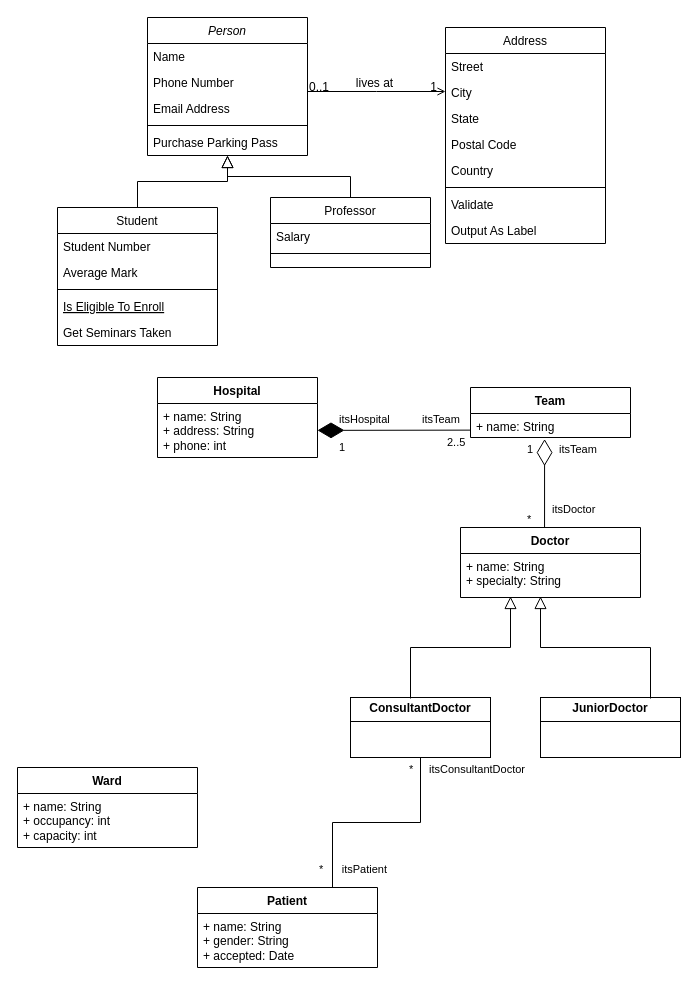
This is Untitled Diagram.drawio from avipars/UML_Stuff, a draw.io file, before an edit. Source tidied: cells renumbered, new cells numbered last; positions are measured from the earlier drawing's top-left corner, leaving out a move shared by most shapes. Both pictures are drawn from the tidied source at 100%, with x=0, y=0 at pixel (17, 17).
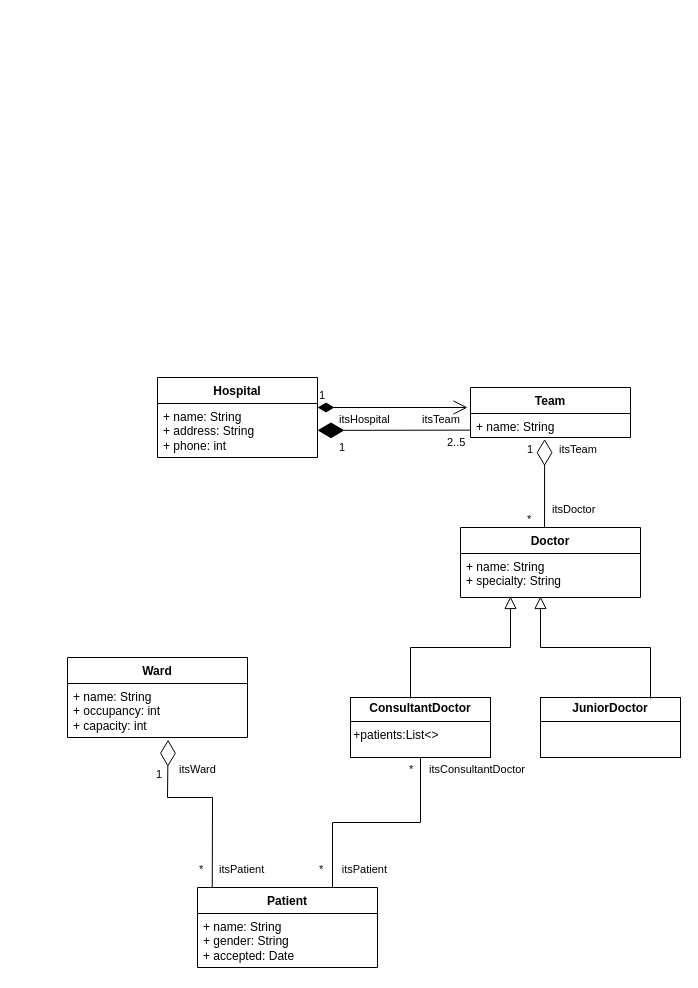
The same page after the edit.

The change refers to these unchanged cells:
```xml
<mxCell id="35" value="+ name: String&lt;div&gt;+ occupancy: int&lt;/div&gt;&lt;div&gt;&lt;div&gt;+ capacity: int&lt;/div&gt;&lt;div&gt;&lt;br&gt;&lt;/div&gt;&lt;div&gt;&lt;br&gt;&lt;/div&gt;&lt;/div&gt;" style="text;strokeColor=none;fillColor=none;align=left;verticalAlign=top;spacingLeft=4;spacingRight=4;overflow=hidden;points=[[0,0.5],[1,0.5]];portConstraint=eastwest;whiteSpace=wrap;html=1;" parent="34" vertex="1">
  <mxGeometry y="26" width="180" height="54" as="geometry" />
</mxCell>
<mxCell id="36" value="Patient" style="swimlane;fontStyle=1;align=center;verticalAlign=top;horizontal=1;startSize=26;whiteSpace=wrap;html=1;" parent="1" vertex="1">
  <mxGeometry x="180" y="870" width="180" height="80" as="geometry" />
</mxCell>
```

The edit, as a diff of the source:
```diff
@@
-    <mxCell id="2" value="Person" style="swimlane;fontStyle=2;align=center;verticalAlign=top;horizontal=1;startSize=26;rounded=0;shadow=0;strokeWidth=1;" parent="1" vertex="1">
-      <mxGeometry x="130" width="160" height="138" as="geometry" />
-    </mxCell>
-    <mxCell id="3" value="Name" style="text;align=left;verticalAlign=top;spacingLeft=4;spacingRight=4;overflow=hidden;" parent="2" vertex="1">
-      <mxGeometry y="26" width="160" height="26" as="geometry" />
-    </mxCell>
-    <mxCell id="4" value="Phone Number" style="text;align=left;verticalAlign=top;spacingLeft=4;spacingRight=4;overflow=hidden;rounded=0;shadow=0;html=0;" parent="2" vertex="1">
-      <mxGeometry y="52" width="160" height="26" as="geometry" />
-    </mxCell>
-    <mxCell id="5" value="Email Address" style="text;align=left;verticalAlign=top;spacingLeft=4;spacingRight=4;overflow=hidden;rounded=0;shadow=0;html=0;" parent="2" vertex="1">
-      <mxGeometry y="78" width="160" height="26" as="geometry" />
-    </mxCell>
-    <mxCell id="6" style="line;html=1;strokeWidth=1;align=left;verticalAlign=middle;spacingTop=-1;spacingLeft=3;spacingRight=3;labelPosition=right;" parent="2" vertex="1">
-      <mxGeometry y="104" width="160" height="8" as="geometry" />
-    </mxCell>
-    <mxCell id="7" value="Purchase Parking Pass" style="text;align=left;verticalAlign=top;spacingLeft=4;spacingRight=4;overflow=hidden;" parent="2" vertex="1">
-      <mxGeometry y="112" width="160" height="26" as="geometry" />
-    </mxCell>
-    <mxCell id="8" value="Student" style="swimlane;fontStyle=0;align=center;verticalAlign=top;horizontal=1;startSize=26;rounded=0;shadow=0;strokeWidth=1;" parent="1" vertex="1">
-      <mxGeometry x="40" y="190" width="160" height="138" as="geometry" />
-    </mxCell>
-    <mxCell id="9" value="Student Number" style="text;align=left;verticalAlign=top;spacingLeft=4;spacingRight=4;overflow=hidden;" parent="8" vertex="1">
-      <mxGeometry y="26" width="160" height="26" as="geometry" />
-    </mxCell>
-    <mxCell id="10" value="Average Mark" style="text;align=left;verticalAlign=top;spacingLeft=4;spacingRight=4;overflow=hidden;rounded=0;shadow=0;html=0;" parent="8" vertex="1">
-      <mxGeometry y="52" width="160" height="26" as="geometry" />
-    </mxCell>
-    <mxCell id="11" style="line;html=1;strokeWidth=1;align=left;verticalAlign=middle;spacingTop=-1;spacingLeft=3;spacingRight=3;labelPosition=right;" parent="8" vertex="1">
-      <mxGeometry y="78" width="160" height="8" as="geometry" />
-    </mxCell>
-    <mxCell id="12" value="Is Eligible To Enroll" style="text;align=left;verticalAlign=top;spacingLeft=4;spacingRight=4;overflow=hidden;fontStyle=4;" parent="8" vertex="1">
-      <mxGeometry y="86" width="160" height="26" as="geometry" />
-    </mxCell>
-    <mxCell id="13" value="Get Seminars Taken" style="text;align=left;verticalAlign=top;spacingLeft=4;spacingRight=4;overflow=hidden;" parent="8" vertex="1">
-      <mxGeometry y="112" width="160" height="26" as="geometry" />
-    </mxCell>
-    <mxCell id="14" style="endArrow=block;endSize=10;endFill=0;shadow=0;strokeWidth=1;rounded=0;curved=0;edgeStyle=elbowEdgeStyle;elbow=vertical;" parent="1" edge="1" source="8" target="2">
-      <mxGeometry relative="1" as="geometry" />
-    </mxCell>
-    <mxCell id="15" value="Professor" style="swimlane;fontStyle=0;align=center;verticalAlign=top;horizontal=1;startSize=26;rounded=0;shadow=0;strokeWidth=1;" parent="1" vertex="1">
-      <mxGeometry x="253" y="180" width="160" height="70" as="geometry" />
-    </mxCell>
-    <mxCell id="16" value="Salary" style="text;align=left;verticalAlign=top;spacingLeft=4;spacingRight=4;overflow=hidden;" parent="15" vertex="1">
-      <mxGeometry y="26" width="160" height="26" as="geometry" />
-    </mxCell>
-    <mxCell id="17" style="line;html=1;strokeWidth=1;align=left;verticalAlign=middle;spacingTop=-1;spacingLeft=3;spacingRight=3;labelPosition=right;" parent="15" vertex="1">
-      <mxGeometry y="52" width="160" height="8" as="geometry" />
-    </mxCell>
-    <mxCell id="18" style="endArrow=block;endSize=10;endFill=0;shadow=0;strokeWidth=1;rounded=0;curved=0;edgeStyle=elbowEdgeStyle;elbow=vertical;" parent="1" edge="1" source="15" target="2">
-      <mxGeometry relative="1" as="geometry" />
-    </mxCell>
-    <mxCell id="19" value="Address" style="swimlane;fontStyle=0;align=center;verticalAlign=top;horizontal=1;startSize=26;rounded=0;shadow=0;strokeWidth=1;" parent="1" vertex="1">
-      <mxGeometry x="428" y="10" width="160" height="216" as="geometry" />
-    </mxCell>
-    <mxCell id="20" value="Street" style="text;align=left;verticalAlign=top;spacingLeft=4;spacingRight=4;overflow=hidden;" parent="19" vertex="1">
-      <mxGeometry y="26" width="160" height="26" as="geometry" />
-    </mxCell>
-    <mxCell id="21" value="City" style="text;align=left;verticalAlign=top;spacingLeft=4;spacingRight=4;overflow=hidden;rounded=0;shadow=0;html=0;" parent="19" vertex="1">
-      <mxGeometry y="52" width="160" height="26" as="geometry" />
-    </mxCell>
-    <mxCell id="22" value="State" style="text;align=left;verticalAlign=top;spacingLeft=4;spacingRight=4;overflow=hidden;rounded=0;shadow=0;html=0;" parent="19" vertex="1">
-      <mxGeometry y="78" width="160" height="26" as="geometry" />
-    </mxCell>
-    <mxCell id="23" value="Postal Code" style="text;align=left;verticalAlign=top;spacingLeft=4;spacingRight=4;overflow=hidden;rounded=0;shadow=0;html=0;" parent="19" vertex="1">
-      <mxGeometry y="104" width="160" height="26" as="geometry" />
-    </mxCell>
-    <mxCell id="24" value="Country" style="text;align=left;verticalAlign=top;spacingLeft=4;spacingRight=4;overflow=hidden;rounded=0;shadow=0;html=0;" parent="19" vertex="1">
-      <mxGeometry y="130" width="160" height="26" as="geometry" />
-    </mxCell>
-    <mxCell id="25" style="line;html=1;strokeWidth=1;align=left;verticalAlign=middle;spacingTop=-1;spacingLeft=3;spacingRight=3;labelPosition=right;" parent="19" vertex="1">
-      <mxGeometry y="156" width="160" height="8" as="geometry" />
-    </mxCell>
-    <mxCell id="26" value="Validate" style="text;align=left;verticalAlign=top;spacingLeft=4;spacingRight=4;overflow=hidden;" parent="19" vertex="1">
-      <mxGeometry y="164" width="160" height="26" as="geometry" />
-    </mxCell>
-    <mxCell id="27" value="Output As Label" style="text;align=left;verticalAlign=top;spacingLeft=4;spacingRight=4;overflow=hidden;" parent="19" vertex="1">
-      <mxGeometry y="190" width="160" height="26" as="geometry" />
-    </mxCell>
-    <mxCell id="28" style="endArrow=open;shadow=0;strokeWidth=1;rounded=0;curved=0;endFill=1;edgeStyle=elbowEdgeStyle;elbow=vertical;" parent="1" edge="1" source="2" target="19">
-      <mxGeometry x="0.5" y="41" relative="1" as="geometry">
-        <mxPoint x="-40" y="32" as="offset" />
-      </mxGeometry>
-    </mxCell>
-    <mxCell id="29" value="0..1" style="align=left;verticalAlign=bottom;labelBackgroundColor=none;fontSize=12;" parent="28" vertex="1">
-      <mxGeometry x="-1" relative="1" as="geometry">
-        <mxPoint y="4" as="offset" />
-      </mxGeometry>
-    </mxCell>
-    <mxCell id="30" value="1" style="align=right;verticalAlign=bottom;labelBackgroundColor=none;fontSize=12;" parent="28" vertex="1">
-      <mxGeometry x="1" relative="1" as="geometry">
-        <mxPoint x="-7" y="4" as="offset" />
-      </mxGeometry>
-    </mxCell>
-    <mxCell id="31" value="lives at" style="text;html=1;align=center;verticalAlign=middle;labelBackgroundColor=none;rounded=0;shadow=0;strokeWidth=1;fontSize=12;" parent="28" vertex="1">
-      <mxGeometry x="0.5" y="49" relative="1" as="geometry">
-        <mxPoint x="-38" y="40" as="offset" />
-      </mxGeometry>
-    </mxCell>
@@
     <mxCell id="34" value="Ward" style="swimlane;fontStyle=1;align=center;verticalAlign=top;horizontal=1;startSize=26;whiteSpace=wrap;html=1;" parent="1" vertex="1">
-      <mxGeometry y="750" width="180" height="80" as="geometry" />
+      <mxGeometry x="50" y="640" width="180" height="80" as="geometry" />
     </mxCell>
@@
-    <mxCell id="41" value="&lt;p style=&quot;margin:0px;margin-top:4px;text-align:center;&quot;&gt;&lt;b&gt;ConsultantDoctor&lt;/b&gt;&lt;/p&gt;&lt;hr size=&quot;1&quot; style=&quot;border-style:solid;&quot;&gt;&lt;div style=&quot;height:2px;&quot;&gt;&lt;/div&gt;" style="verticalAlign=top;align=left;overflow=fill;html=1;whiteSpace=wrap;" parent="1" vertex="1">
+    <mxCell id="41" value="&lt;p style=&quot;margin:0px;margin-top:4px;text-align:center;&quot;&gt;&lt;b&gt;ConsultantDoctor&lt;/b&gt;&lt;/p&gt;&lt;hr size=&quot;1&quot; style=&quot;border-style:solid;&quot;&gt;&lt;div style=&quot;height:2px;&quot;&gt;&amp;nbsp;+patients:List&amp;lt;&amp;gt;&lt;/div&gt;" style="verticalAlign=top;align=left;overflow=fill;html=1;whiteSpace=wrap;" parent="1" vertex="1">
       <mxGeometry x="333" y="680" width="140" height="60" as="geometry" />
     </mxCell>
@@
+    <mxCell id="61" style="endArrow=diamondThin;endFill=0;endSize=24;html=1;rounded=0;entryX=0.559;entryY=1.042;entryDx=0;entryDy=0;entryPerimeter=0;exitX=0.082;exitY=-0.002;exitDx=0;exitDy=0;exitPerimeter=0;" parent="1" edge="1" source="36" target="35">
+      <mxGeometry relative="1" as="geometry">
+        <Array as="points">
+          <mxPoint x="195" y="780" />
+          <mxPoint x="150" y="780" />
+        </Array>
+      </mxGeometry>
+    </mxCell>
+    <mxCell id="62" value="itsWard" style="edgeLabel;html=1;align=left;verticalAlign=bottom;" parent="1" vertex="1">
+      <mxGeometry x="160" y="760" as="geometry" />
+    </mxCell>
+    <mxCell id="63" value="itsPatient" style="edgeLabel;html=1;align=left;verticalAlign=bottom;" parent="1" vertex="1">
+      <mxGeometry x="200" y="860" as="geometry" />
+    </mxCell>
+    <mxCell id="64" value="*" style="edgeLabel;html=1;align=left;verticalAlign=bottom;" parent="1" vertex="1">
+      <mxGeometry x="180" y="860" as="geometry" />
+    </mxCell>
+    <mxCell id="65" value="1" style="edgeLabel;html=1;align=left;verticalAlign=bottom;" parent="1" vertex="1">
+      <mxGeometry x="120" y="760" as="geometry">
+        <mxPoint x="17" y="5" as="offset" />
+      </mxGeometry>
+    </mxCell>
+    <mxCell id="66" value="1" style="endArrow=open;html=1;endSize=12;startArrow=diamondThin;startSize=14;startFill=1;edgeStyle=orthogonalEdgeStyle;align=left;verticalAlign=bottom;rounded=0;" parent="1" edge="1">
+      <mxGeometry x="-1" y="3" relative="1" as="geometry">
+        <mxPoint x="300" y="390" as="sourcePoint" />
+        <mxPoint x="450" y="390" as="targetPoint" />
+      </mxGeometry>
+    </mxCell>
```
